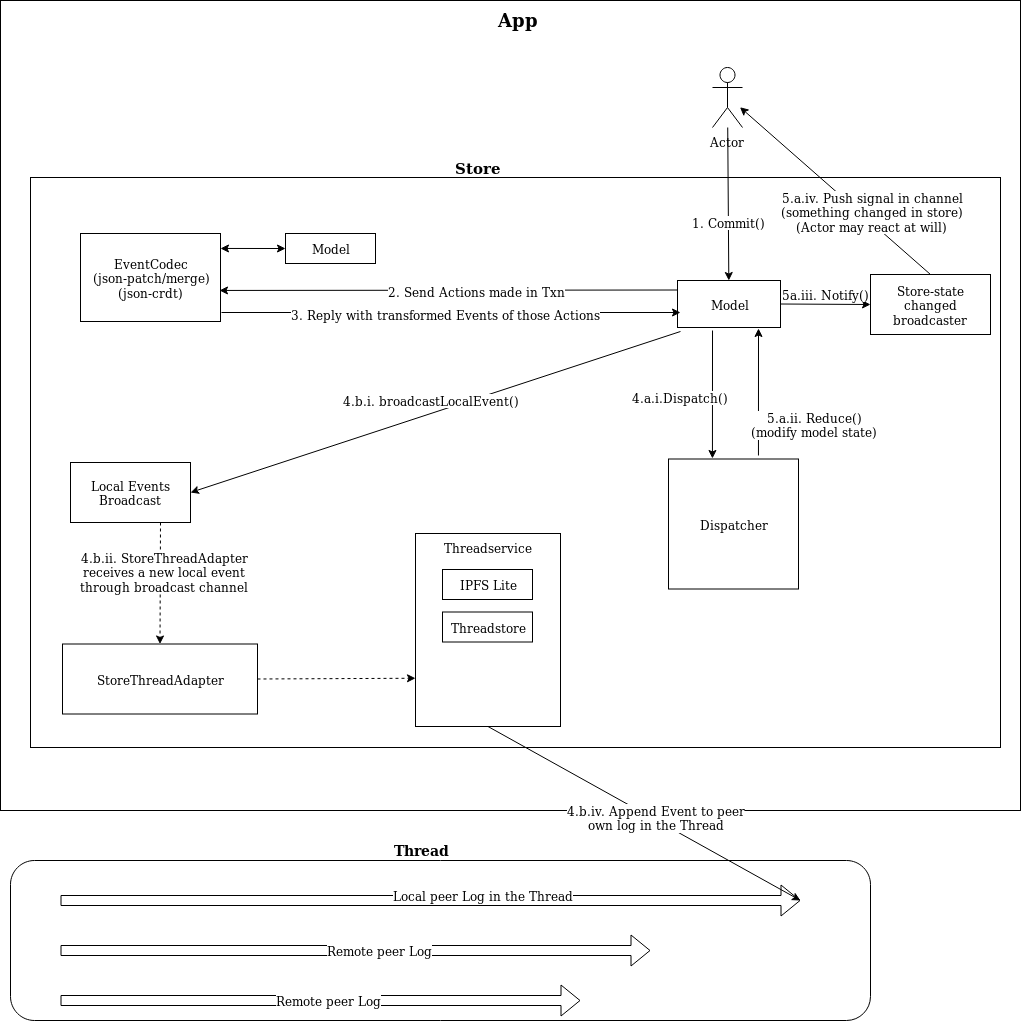
Earlier version of the draw.io export eventstore/design.png (textileio/go-threads). Source tidied: cells renumbered, new cells last; positions are measured from the earlier drawing's top-left corner, leaving out a move shared by most shapes. Source of this version:
```xml
<mxGraphModel>
  <root>
    <mxCell id="0" />
    <mxCell id="1" parent="0" />
    <mxCell id="2" style="whiteSpace=wrap;html=1;" parent="1" vertex="1">
      <mxGeometry width="1020" height="810" as="geometry" />
    </mxCell>
    <mxCell id="3" style="rounded=0;whiteSpace=wrap;html=1;" parent="1" vertex="1">
      <mxGeometry x="30" y="177" width="970" height="570" as="geometry" />
    </mxCell>
    <mxCell id="4" style="rounded=1;whiteSpace=wrap;html=1;" parent="1" vertex="1">
      <mxGeometry x="10" y="860" width="860" height="160" as="geometry" />
    </mxCell>
    <mxCell id="5" value="App" style="text;html=1;strokeColor=none;fillColor=none;align=center;verticalAlign=middle;whiteSpace=wrap;rounded=0;fontStyle=1;fontSize=18;" parent="1" vertex="1">
      <mxGeometry x="497" y="10" width="40" height="20" as="geometry" />
    </mxCell>
    <mxCell id="6" style="rounded=0;whiteSpace=wrap;html=1;" parent="1" vertex="1">
      <mxGeometry x="415" y="533" width="145" height="193" as="geometry" />
    </mxCell>
    <mxCell id="7" value="Threadservice" style="text;html=1;strokeColor=none;fillColor=none;align=center;verticalAlign=middle;whiteSpace=wrap;rounded=0;" parent="1" vertex="1">
      <mxGeometry x="469" y="536.5" width="35" height="20" as="geometry" />
    </mxCell>
    <mxCell id="8" value="&lt;div&gt;IPFS Lite&lt;/div&gt;" style="rounded=0;whiteSpace=wrap;html=1;" parent="1" vertex="1">
      <mxGeometry x="442" y="569" width="90" height="30" as="geometry" />
    </mxCell>
    <mxCell id="9" value="&lt;b&gt;&lt;font style=&quot;font-size: 15px&quot;&gt;Store&lt;/font&gt;&lt;/b&gt;" style="text;html=1;strokeColor=none;fillColor=none;align=center;verticalAlign=middle;whiteSpace=wrap;rounded=0;" parent="1" vertex="1">
      <mxGeometry x="457" y="157" width="40" height="20" as="geometry" />
    </mxCell>
    <mxCell id="10" value="Model" style="rounded=0;whiteSpace=wrap;html=1;" parent="1" vertex="1">
      <mxGeometry x="285" y="233" width="90" height="30" as="geometry" />
    </mxCell>
    <mxCell id="11" value="Model" style="rounded=0;whiteSpace=wrap;html=1;" parent="1" vertex="1">
      <mxGeometry x="677" y="280" width="103" height="47" as="geometry" />
    </mxCell>
    <mxCell id="12" value="&lt;div&gt;EventCodec&lt;/div&gt;&lt;div&gt;(json-patch/merge)&lt;/div&gt;&lt;div&gt;(json-crdt)&lt;br&gt;&lt;/div&gt;" style="rounded=0;whiteSpace=wrap;html=1;" parent="1" vertex="1">
      <mxGeometry x="80" y="233" width="140" height="88" as="geometry" />
    </mxCell>
    <mxCell id="13" style="endArrow=classic;startArrow=classic;html=1;entryX=0;entryY=0.5;entryDx=0;entryDy=0;exitX=1;exitY=0.17;exitDx=0;exitDy=0;exitPerimeter=0;" parent="1" edge="1" source="12" target="10">
      <mxGeometry relative="1" as="geometry" />
    </mxCell>
    <mxCell id="14" value="StoreThreadAdapter" style="rounded=0;whiteSpace=wrap;html=1;" parent="1" vertex="1">
      <mxGeometry x="62" y="643.5" width="195" height="70" as="geometry" />
    </mxCell>
    <mxCell id="15" value="Dispatcher" style="whiteSpace=wrap;html=1;" parent="1" vertex="1">
      <mxGeometry x="668" y="458.5" width="130" height="130" as="geometry" />
    </mxCell>
    <mxCell id="16" value="Threadstore" style="rounded=0;whiteSpace=wrap;html=1;" parent="1" vertex="1">
      <mxGeometry x="442" y="611.5" width="90" height="30" as="geometry" />
    </mxCell>
    <mxCell id="17" style="shape=flexArrow;html=1;" parent="1" edge="1">
      <mxGeometry relative="1" as="geometry">
        <mxPoint x="60" y="950" as="sourcePoint" />
        <mxPoint x="650" y="950" as="targetPoint" />
      </mxGeometry>
    </mxCell>
    <mxCell id="18" value="Remote peer Log" style="text;html=1;align=center;verticalAlign=middle;labelBackgroundColor=#ffffff;" parent="17" vertex="1">
      <mxGeometry x="0.08" y="1" relative="1" as="geometry" />
    </mxCell>
    <mxCell id="19" value="&lt;b style=&quot;font-size: 14px;&quot;&gt;Thread&lt;/b&gt;" style="text;html=1;strokeColor=none;fillColor=none;align=center;verticalAlign=middle;whiteSpace=wrap;rounded=0;fontSize=14;" parent="1" vertex="1">
      <mxGeometry x="400" y="840" width="40" height="20" as="geometry" />
    </mxCell>
    <mxCell id="20" style="shape=flexArrow;html=1;" parent="1" edge="1">
      <mxGeometry relative="1" as="geometry">
        <mxPoint x="60" y="900" as="sourcePoint" />
        <mxPoint x="800" y="900" as="targetPoint" />
      </mxGeometry>
    </mxCell>
    <mxCell id="21" value="Local peer Log in the Thread" style="text;html=1;align=center;verticalAlign=middle;labelBackgroundColor=#ffffff;" parent="20" vertex="1">
      <mxGeometry x="0.14" y="6" relative="1" as="geometry" />
    </mxCell>
    <mxCell id="22" style="shape=flexArrow;html=1;" parent="1" edge="1">
      <mxGeometry relative="1" as="geometry">
        <mxPoint x="60" y="1000" as="sourcePoint" />
        <mxPoint x="580" y="1000" as="targetPoint" />
      </mxGeometry>
    </mxCell>
    <mxCell id="23" value="Remote peer Log" style="text;html=1;align=center;verticalAlign=middle;labelBackgroundColor=#ffffff;" parent="22" vertex="1">
      <mxGeometry x="0.03" y="1" relative="1" as="geometry" />
    </mxCell>
    <mxCell id="24" style="endArrow=none;startArrow=classic;html=1;entryX=0.5;entryY=1;entryDx=0;entryDy=0;startFill=1;endFill=0;" parent="1" edge="1" target="6">
      <mxGeometry relative="1" as="geometry">
        <mxPoint x="800" y="900" as="sourcePoint" />
      </mxGeometry>
    </mxCell>
    <mxCell id="25" value="&lt;div&gt;4.b.iv. Append Event to peer &lt;br&gt;&lt;/div&gt;&lt;div&gt;own log in the Thread&lt;br&gt;&lt;/div&gt;" style="text;html=1;align=center;verticalAlign=middle;labelBackgroundColor=#ffffff;" parent="24" vertex="1">
      <mxGeometry x="-0.06" y="-3" relative="1" as="geometry">
        <mxPoint y="1" as="offset" />
      </mxGeometry>
    </mxCell>
    <mxCell id="26" value="Actor" style="shape=umlActor;verticalLabelPosition=bottom;labelBackgroundColor=#ffffff;verticalAlign=top;html=1;outlineConnect=0;" parent="1" vertex="1">
      <mxGeometry x="712" y="67" width="30" height="60" as="geometry" />
    </mxCell>
    <mxCell id="27" style="endArrow=classic;html=1;exitX=0;exitY=0.75;exitDx=0;exitDy=0;entryX=0.993;entryY=0.92;entryDx=0;entryDy=0;entryPerimeter=0;" parent="1" edge="1">
      <mxGeometry relative="1" as="geometry">
        <mxPoint x="677" y="289.5" as="sourcePoint" />
        <mxPoint x="219" y="290" as="targetPoint" />
      </mxGeometry>
    </mxCell>
    <mxCell id="28" value="2. Send Actions made in Txn" style="text;html=1;align=center;verticalAlign=middle;labelBackgroundColor=#ffffff;" parent="27" vertex="1">
      <mxGeometry x="-0.12" y="1" relative="1" as="geometry" />
    </mxCell>
    <mxCell id="29" style="endArrow=classic;html=1;" parent="1" edge="1">
      <mxGeometry relative="1" as="geometry">
        <mxPoint x="221" y="312" as="sourcePoint" />
        <mxPoint x="680" y="312" as="targetPoint" />
      </mxGeometry>
    </mxCell>
    <mxCell id="30" value="3. Reply with transformed Events of those Actions" style="text;html=1;align=center;verticalAlign=middle;labelBackgroundColor=#ffffff;" parent="29" vertex="1">
      <mxGeometry x="0.16" y="-1" relative="1" as="geometry">
        <mxPoint x="-43" as="offset" />
      </mxGeometry>
    </mxCell>
    <mxCell id="31" style="endArrow=classic;html=1;exitX=0.34;exitY=1.064;exitDx=0;exitDy=0;entryX=0.338;entryY=-0.004;entryDx=0;entryDy=0;entryPerimeter=0;exitPerimeter=0;" parent="1" edge="1" source="11" target="15">
      <mxGeometry relative="1" as="geometry" />
    </mxCell>
    <mxCell id="32" value="4.a.i.Dispatch()" style="text;html=1;align=center;verticalAlign=middle;labelBackgroundColor=#ffffff;" parent="31" vertex="1">
      <mxGeometry x="-0.29" y="-1" relative="1" as="geometry">
        <mxPoint x="-31" y="20" as="offset" />
      </mxGeometry>
    </mxCell>
    <mxCell id="33" style="endArrow=classic;html=1;exitX=0.692;exitY=-0.027;exitDx=0;exitDy=0;exitPerimeter=0;" parent="1" edge="1" source="15">
      <mxGeometry relative="1" as="geometry">
        <mxPoint x="758" y="328" as="targetPoint" />
      </mxGeometry>
    </mxCell>
    <mxCell id="34" value="&lt;div&gt;5.a.ii. Reduce()&lt;/div&gt;&lt;div&gt;(modify model state)&lt;br&gt;&lt;/div&gt;" style="text;html=1;align=center;verticalAlign=middle;labelBackgroundColor=#ffffff;" parent="33" vertex="1">
      <mxGeometry x="-0.51" y="-4" relative="1" as="geometry">
        <mxPoint x="52" as="offset" />
      </mxGeometry>
    </mxCell>
    <mxCell id="35" value="Store-state changed broadcaster" style="rounded=0;whiteSpace=wrap;html=1;" parent="1" vertex="1">
      <mxGeometry x="870" y="274" width="120" height="60" as="geometry" />
    </mxCell>
    <mxCell id="36" style="endArrow=classic;html=1;exitX=0.75;exitY=1;exitDx=0;exitDy=0;entryX=0.5;entryY=0;entryDx=0;entryDy=0;dashed=1;" parent="1" edge="1" source="44" target="14">
      <mxGeometry relative="1" as="geometry" />
    </mxCell>
    <mxCell id="37" value="&lt;div&gt;4.b.ii. StoreThreadAdapter&lt;/div&gt;&lt;div&gt;receives a new local event &lt;br&gt;&lt;/div&gt;&lt;div&gt;through broadcast channel&lt;br&gt;&lt;/div&gt;" style="text;html=1;align=center;verticalAlign=middle;labelBackgroundColor=#ffffff;" parent="36" vertex="1">
      <mxGeometry x="-0.34" y="4" relative="1" as="geometry">
        <mxPoint y="9" as="offset" />
      </mxGeometry>
    </mxCell>
    <mxCell id="38" style="endArrow=classic;html=1;" parent="1" edge="1" source="26" target="11">
      <mxGeometry relative="1" as="geometry" />
    </mxCell>
    <mxCell id="39" value="1. Commit()" style="text;html=1;align=center;verticalAlign=middle;labelBackgroundColor=#ffffff;" parent="38" vertex="1">
      <mxGeometry x="0.24" relative="1" as="geometry" />
    </mxCell>
    <mxCell id="40" style="endArrow=classic;html=1;entryX=0;entryY=0.5;entryDx=0;entryDy=0;exitX=1;exitY=0.5;exitDx=0;exitDy=0;" parent="1" edge="1" source="11" target="35">
      <mxGeometry relative="1" as="geometry" />
    </mxCell>
    <mxCell id="41" value="5a.iii. Notify()" style="text;html=1;align=center;verticalAlign=middle;labelBackgroundColor=#ffffff;" parent="40" vertex="1">
      <mxGeometry x="-0.27" y="-1" relative="1" as="geometry">
        <mxPoint x="12" y="-11" as="offset" />
      </mxGeometry>
    </mxCell>
    <mxCell id="42" style="endArrow=classic;html=1;exitX=0.5;exitY=0;exitDx=0;exitDy=0;entryX=0.725;entryY=0.186;entryDx=0;entryDy=0;entryPerimeter=0;" parent="1" edge="1" source="35">
      <mxGeometry relative="1" as="geometry">
        <mxPoint x="739.5" y="106.7" as="targetPoint" />
      </mxGeometry>
    </mxCell>
    <mxCell id="43" value="&lt;div&gt;5.a.iv. Push signal in channel&lt;/div&gt;&lt;div&gt;(something changed in store)&lt;/div&gt;&lt;div&gt;(Actor may react at will)&lt;br&gt;&lt;/div&gt;" style="text;html=1;align=center;verticalAlign=middle;labelBackgroundColor=#ffffff;" parent="42" vertex="1">
      <mxGeometry x="-0.26" y="-2" relative="1" as="geometry">
        <mxPoint x="10" as="offset" />
      </mxGeometry>
    </mxCell>
    <mxCell id="44" value="Local Events Broadcast" style="rounded=0;whiteSpace=wrap;html=1;" parent="1" vertex="1">
      <mxGeometry x="70" y="462" width="120" height="60" as="geometry" />
    </mxCell>
    <mxCell id="45" style="endArrow=classic;html=1;entryX=1;entryY=0.5;entryDx=0;entryDy=0;exitX=0.029;exitY=1.085;exitDx=0;exitDy=0;exitPerimeter=0;" parent="1" edge="1" source="11" target="44">
      <mxGeometry relative="1" as="geometry" />
    </mxCell>
    <mxCell id="46" value="4.b.i. broadcastLocalEvent() " style="text;html=1;align=center;verticalAlign=middle;labelBackgroundColor=#ffffff;" parent="45" vertex="1">
      <mxGeometry x="-0.16" y="1" relative="1" as="geometry">
        <mxPoint x="-44" as="offset" />
      </mxGeometry>
    </mxCell>
    <mxCell id="47" style="endArrow=classic;html=1;dashed=1;entryX=0;entryY=0.75;entryDx=0;entryDy=0;exitX=1;exitY=0.5;exitDx=0;exitDy=0;" parent="1" edge="1" source="14" target="6">
      <mxGeometry relative="1" as="geometry" />
    </mxCell>
  </root>
</mxGraphModel>
```
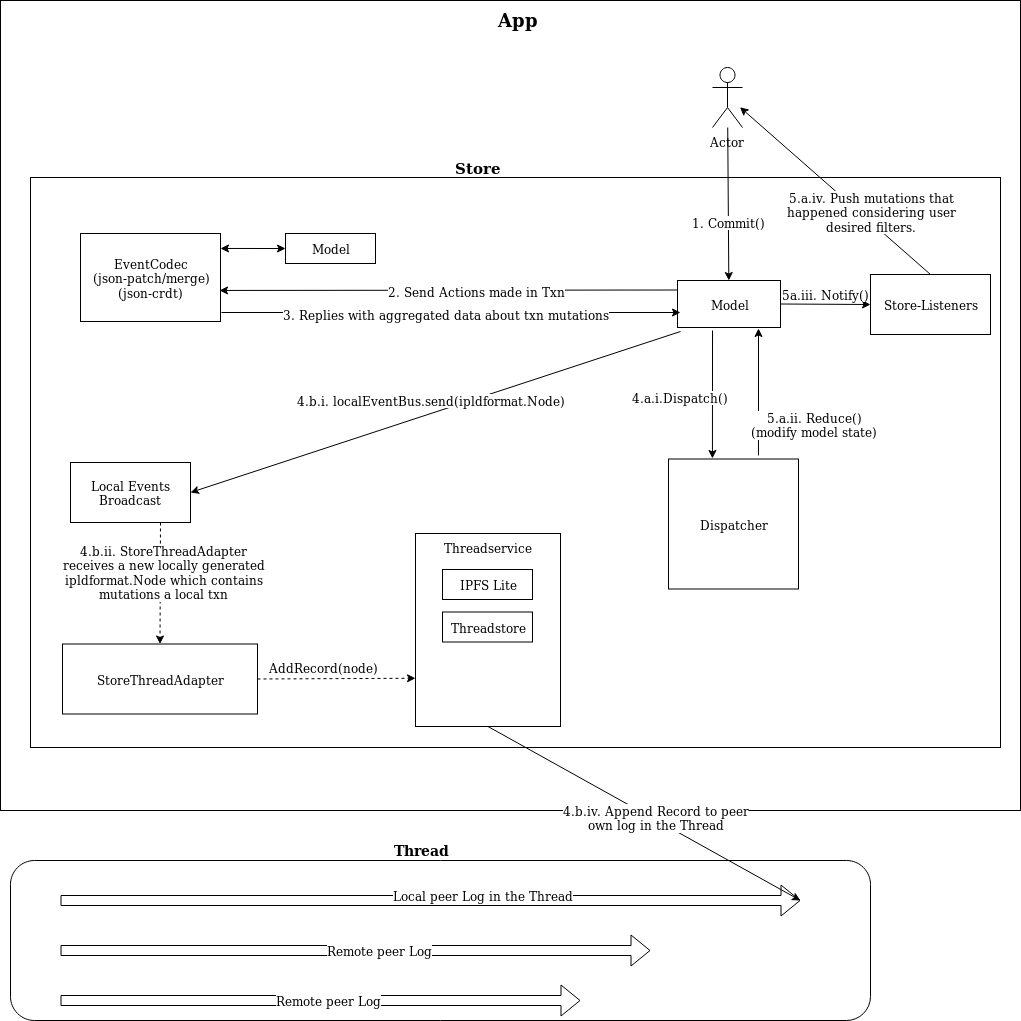
Later version of the same file.

Commit message:
store: update readme and diagram with new changes

Diff of the diagram source:
```diff
@@ -82,7 +82,7 @@
         <mxPoint x="800" y="900" as="sourcePoint" />
       </mxGeometry>
     </mxCell>
-    <mxCell id="25" value="&lt;div&gt;4.b.iv. Append Event to peer &lt;br&gt;&lt;/div&gt;&lt;div&gt;own log in the Thread&lt;br&gt;&lt;/div&gt;" style="text;html=1;align=center;verticalAlign=middle;labelBackgroundColor=#ffffff;" parent="24" vertex="1">
+    <mxCell id="25" value="&lt;div&gt;4.b.iv. Append Record to peer &lt;br&gt;&lt;/div&gt;&lt;div&gt;own log in the Thread&lt;br&gt;&lt;/div&gt;" style="text;html=1;align=center;verticalAlign=middle;labelBackgroundColor=#ffffff;" parent="24" vertex="1">
       <mxGeometry x="-0.06" y="-3" relative="1" as="geometry">
         <mxPoint y="1" as="offset" />
       </mxGeometry>
@@ -105,7 +105,7 @@
         <mxPoint x="680" y="312" as="targetPoint" />
       </mxGeometry>
     </mxCell>
-    <mxCell id="30" value="3. Reply with transformed Events of those Actions" style="text;html=1;align=center;verticalAlign=middle;labelBackgroundColor=#ffffff;" parent="29" vertex="1">
+    <mxCell id="30" value="3. Replies with aggregated data about txn mutations" style="text;html=1;align=center;verticalAlign=middle;labelBackgroundColor=#ffffff;" parent="29" vertex="1">
       <mxGeometry x="0.16" y="-1" relative="1" as="geometry">
         <mxPoint x="-43" as="offset" />
       </mxGeometry>
@@ -128,13 +128,13 @@
         <mxPoint x="52" as="offset" />
       </mxGeometry>
     </mxCell>
-    <mxCell id="35" value="Store-state changed broadcaster" style="rounded=0;whiteSpace=wrap;html=1;" parent="1" vertex="1">
+    <mxCell id="35" value="Store-Listeners" style="rounded=0;whiteSpace=wrap;html=1;" parent="1" vertex="1">
       <mxGeometry x="870" y="274" width="120" height="60" as="geometry" />
     </mxCell>
     <mxCell id="36" style="endArrow=classic;html=1;exitX=0.75;exitY=1;exitDx=0;exitDy=0;entryX=0.5;entryY=0;entryDx=0;entryDy=0;dashed=1;" parent="1" edge="1" source="44" target="14">
       <mxGeometry relative="1" as="geometry" />
     </mxCell>
-    <mxCell id="37" value="&lt;div&gt;4.b.ii. StoreThreadAdapter&lt;/div&gt;&lt;div&gt;receives a new local event &lt;br&gt;&lt;/div&gt;&lt;div&gt;through broadcast channel&lt;br&gt;&lt;/div&gt;" style="text;html=1;align=center;verticalAlign=middle;labelBackgroundColor=#ffffff;" parent="36" vertex="1">
+    <mxCell id="37" value="&lt;div&gt;4.b.ii. StoreThreadAdapter &lt;br&gt;&lt;/div&gt;&lt;div&gt;receives a new locally generated &lt;br&gt;&lt;/div&gt;&lt;div&gt;ipldformat.Node which contains &lt;br&gt;&lt;/div&gt;&lt;div&gt;mutations a local txn&lt;br&gt;&lt;/div&gt;" style="text;html=1;align=center;verticalAlign=middle;labelBackgroundColor=#ffffff;" parent="36" vertex="1">
       <mxGeometry x="-0.34" y="4" relative="1" as="geometry">
         <mxPoint y="9" as="offset" />
       </mxGeometry>
@@ -158,7 +158,7 @@
         <mxPoint x="739.5" y="106.7" as="targetPoint" />
       </mxGeometry>
     </mxCell>
-    <mxCell id="43" value="&lt;div&gt;5.a.iv. Push signal in channel&lt;/div&gt;&lt;div&gt;(something changed in store)&lt;/div&gt;&lt;div&gt;(Actor may react at will)&lt;br&gt;&lt;/div&gt;" style="text;html=1;align=center;verticalAlign=middle;labelBackgroundColor=#ffffff;" parent="42" vertex="1">
+    <mxCell id="43" value="&lt;div&gt;5.a.iv. Push mutations that &lt;br&gt;&lt;/div&gt;&lt;div&gt;happened considering user &lt;br&gt;&lt;/div&gt;&lt;div&gt;desired filters.&lt;br&gt;&lt;/div&gt;" style="text;html=1;align=center;verticalAlign=middle;labelBackgroundColor=#ffffff;" parent="42" vertex="1">
       <mxGeometry x="-0.26" y="-2" relative="1" as="geometry">
         <mxPoint x="10" as="offset" />
       </mxGeometry>
@@ -169,7 +169,7 @@
     <mxCell id="45" style="endArrow=classic;html=1;entryX=1;entryY=0.5;entryDx=0;entryDy=0;exitX=0.029;exitY=1.085;exitDx=0;exitDy=0;exitPerimeter=0;" parent="1" edge="1" source="11" target="44">
       <mxGeometry relative="1" as="geometry" />
     </mxCell>
-    <mxCell id="46" value="4.b.i. broadcastLocalEvent() " style="text;html=1;align=center;verticalAlign=middle;labelBackgroundColor=#ffffff;" parent="45" vertex="1">
+    <mxCell id="46" value="4.b.i. localEventBus.send(ipldformat.Node) " style="text;html=1;align=center;verticalAlign=middle;labelBackgroundColor=#ffffff;" parent="45" vertex="1">
       <mxGeometry x="-0.16" y="1" relative="1" as="geometry">
         <mxPoint x="-44" as="offset" />
       </mxGeometry>
@@ -177,5 +177,10 @@
     <mxCell id="47" style="endArrow=classic;html=1;dashed=1;entryX=0;entryY=0.75;entryDx=0;entryDy=0;exitX=1;exitY=0.5;exitDx=0;exitDy=0;" parent="1" edge="1" source="14" target="6">
       <mxGeometry relative="1" as="geometry" />
     </mxCell>
+    <mxCell id="48" value="AddRecord(node)" style="text;html=1;align=center;verticalAlign=middle;labelBackgroundColor=#ffffff;" parent="47" vertex="1">
+      <mxGeometry x="-0.24" y="1" relative="1" as="geometry">
+        <mxPoint x="6" y="-11" as="offset" />
+      </mxGeometry>
+    </mxCell>
   </root>
 </mxGraphModel>
```
